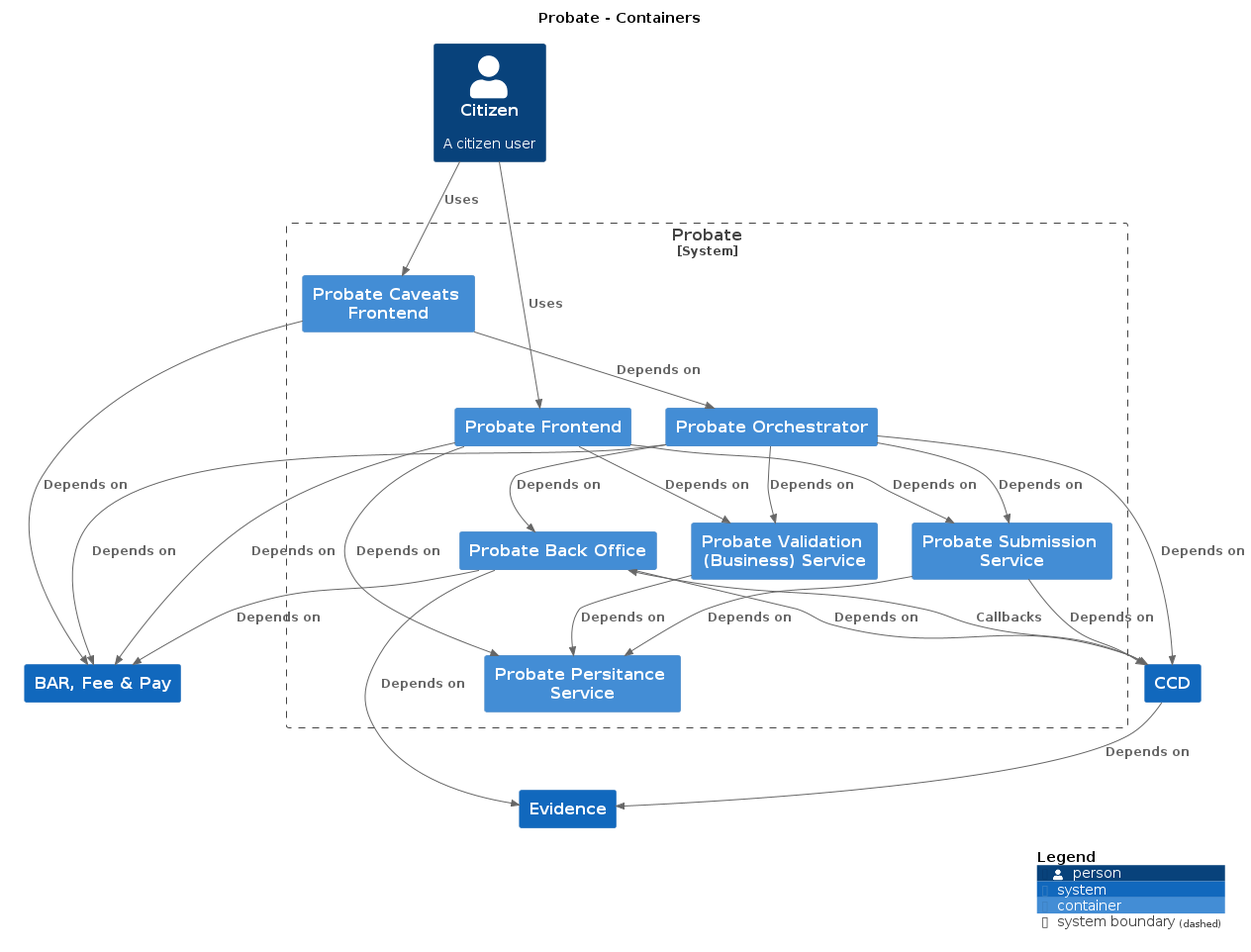
This is docs/c4/probate/images/structurizr-probate-citizen.png from hmcts/cnp-api-docs, a PlantUML export, as it was before one commit.
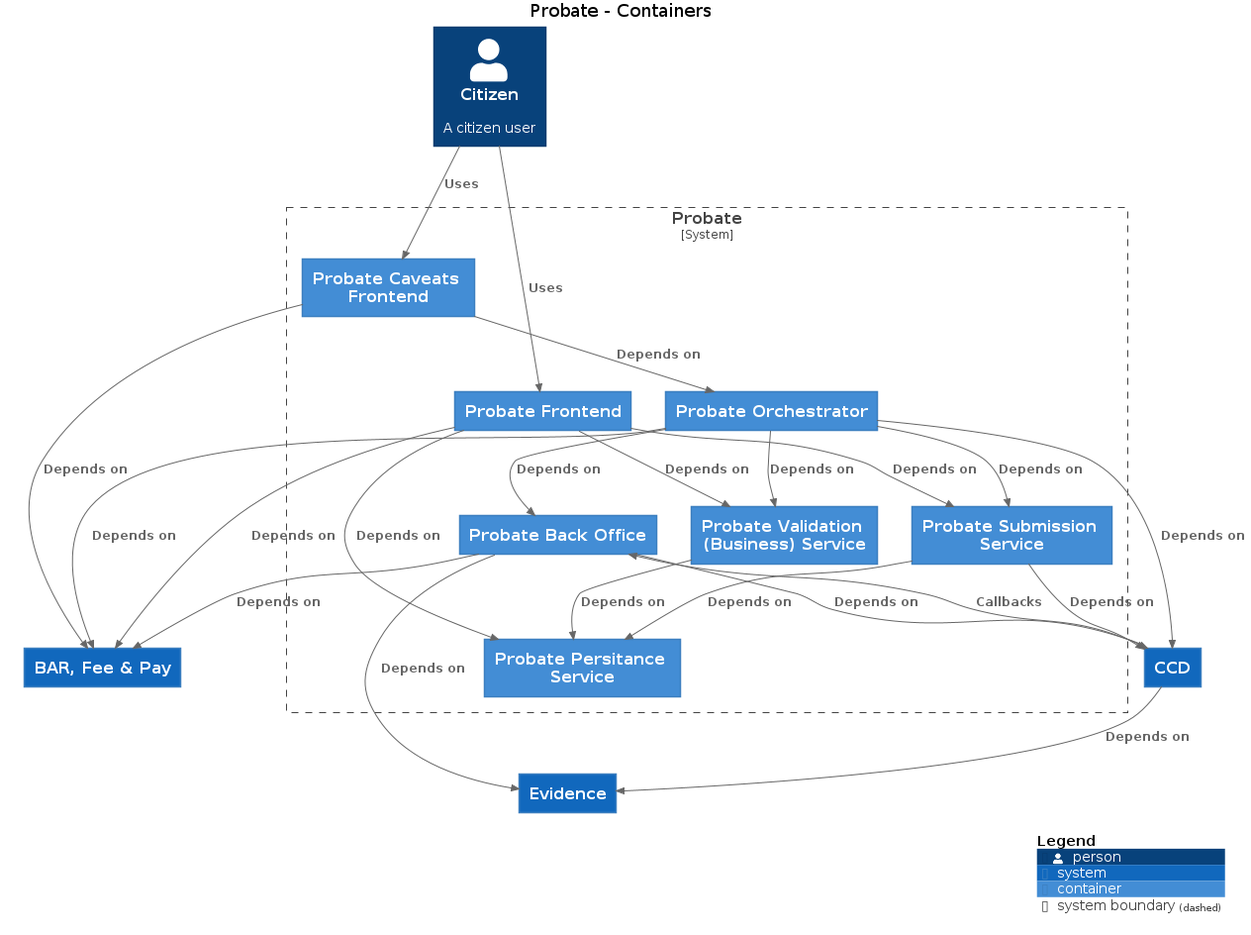
After the change.

The edit, as a diff of the source:
```diff
@@ -3,46 +3,46 @@
 
 top to bottom direction
 
-!include https://raw.githubusercontent.com/plantuml-stdlib/C4-PlantUML/master/C4.puml
-!include https://raw.githubusercontent.com/plantuml-stdlib/C4-PlantUML/master/C4_Context.puml
-!include https://raw.githubusercontent.com/plantuml-stdlib/C4-PlantUML/master/C4_Container.puml
+!includeurl https://raw.githubusercontent.com/plantuml-stdlib/C4-PlantUML/master/C4.puml
+!includeurl https://raw.githubusercontent.com/plantuml-stdlib/C4-PlantUML/master/C4_Context.puml
+!includeurl https://raw.githubusercontent.com/plantuml-stdlib/C4-PlantUML/master/C4_Container.puml
 
-Person(Citizen, "Citizen", "A citizen user", $tags="")
-System(CCD, "CCD", "", $tags="")
-System(BARFeePay, "BAR, Fee & Pay", "", $tags="")
-System(Evidence, "Evidence", "", $tags="")
+Person(Citizen, "Citizen", "A citizen user")
+System(CCD, "CCD", "")
+System(BARFeePay, "BAR, Fee & Pay", "")
+System(Evidence, "Evidence", "")
 
 System_Boundary("Probate_boundary", "Probate") {
-  Container(Probate.ProbatePersitanceService, "Probate Persitance Service", "", $tags="")
-  Container(Probate.ProbateSubmissionService, "Probate Submission Service", "", $tags="")
-  Container(Probate.ProbateFrontend, "Probate Frontend", "", $tags="")
-  Container(Probate.ProbateCaveatsFrontend, "Probate Caveats Frontend", "", $tags="")
-  Container(Probate.ProbateOrchestrator, "Probate Orchestrator", "", $tags="")
-  Container(Probate.ProbateBackOffice, "Probate Back Office", "", $tags="")
-  Container(Probate.ProbateValidationBusinessService, "Probate Validation (Business) Service", "", $tags="")
+  Container(Probate.ProbatePersitanceService, "Probate Persitance Service", "")
+  Container(Probate.ProbateSubmissionService, "Probate Submission Service", "")
+  Container(Probate.ProbateFrontend, "Probate Frontend", "")
+  Container(Probate.ProbateCaveatsFrontend, "Probate Caveats Frontend", "")
+  Container(Probate.ProbateOrchestrator, "Probate Orchestrator", "")
+  Container(Probate.ProbateBackOffice, "Probate Back Office", "")
+  Container(Probate.ProbateValidationBusinessService, "Probate Validation (Business) Service", "")
 }
 
-Rel_D(CCD, Evidence, "Depends on", $tags="")
-Rel_D(Probate.ProbateSubmissionService, CCD, "Depends on", $tags="")
-Rel_D(Probate.ProbateSubmissionService, Probate.ProbatePersitanceService, "Depends on", $tags="")
-Rel_D(Probate.ProbateFrontend, BARFeePay, "Depends on", $tags="")
-Rel_D(Probate.ProbateFrontend, Probate.ProbateValidationBusinessService, "Depends on", $tags="")
-Rel_D(Probate.ProbateFrontend, Probate.ProbatePersitanceService, "Depends on", $tags="")
-Rel_D(Probate.ProbateFrontend, Probate.ProbateSubmissionService, "Depends on", $tags="")
-Rel_D(Probate.ProbateCaveatsFrontend, BARFeePay, "Depends on", $tags="")
-Rel_D(Probate.ProbateCaveatsFrontend, Probate.ProbateOrchestrator, "Depends on", $tags="")
-Rel_D(Probate.ProbateOrchestrator, Probate.ProbateSubmissionService, "Depends on", $tags="")
-Rel_D(Probate.ProbateOrchestrator, Probate.ProbateValidationBusinessService, "Depends on", $tags="")
-Rel_D(Probate.ProbateOrchestrator, Probate.ProbateBackOffice, "Depends on", $tags="")
-Rel_D(Probate.ProbateOrchestrator, BARFeePay, "Depends on", $tags="")
-Rel_D(Probate.ProbateOrchestrator, CCD, "Depends on", $tags="")
-Rel_D(Probate.ProbateBackOffice, CCD, "Depends on", $tags="")
-Rel_D(Probate.ProbateBackOffice, BARFeePay, "Depends on", $tags="")
-Rel_D(Probate.ProbateBackOffice, Evidence, "Depends on", $tags="")
-Rel_D(Probate.ProbateValidationBusinessService, Probate.ProbatePersitanceService, "Depends on", $tags="")
-Rel_D(Citizen, Probate.ProbateFrontend, "Uses", $tags="")
-Rel_D(Citizen, Probate.ProbateCaveatsFrontend, "Uses", $tags="")
-Rel_D(CCD, Probate.ProbateBackOffice, "Callbacks", $tags="")
+Rel_D(CCD, Evidence, "Depends on")
+Rel_D(Probate.ProbateSubmissionService, CCD, "Depends on")
+Rel_D(Probate.ProbateSubmissionService, Probate.ProbatePersitanceService, "Depends on")
+Rel_D(Probate.ProbateFrontend, BARFeePay, "Depends on")
+Rel_D(Probate.ProbateFrontend, Probate.ProbateValidationBusinessService, "Depends on")
+Rel_D(Probate.ProbateFrontend, Probate.ProbatePersitanceService, "Depends on")
+Rel_D(Probate.ProbateFrontend, Probate.ProbateSubmissionService, "Depends on")
+Rel_D(Probate.ProbateCaveatsFrontend, BARFeePay, "Depends on")
+Rel_D(Probate.ProbateCaveatsFrontend, Probate.ProbateOrchestrator, "Depends on")
+Rel_D(Probate.ProbateOrchestrator, Probate.ProbateSubmissionService, "Depends on")
+Rel_D(Probate.ProbateOrchestrator, Probate.ProbateValidationBusinessService, "Depends on")
+Rel_D(Probate.ProbateOrchestrator, Probate.ProbateBackOffice, "Depends on")
+Rel_D(Probate.ProbateOrchestrator, BARFeePay, "Depends on")
+Rel_D(Probate.ProbateOrchestrator, CCD, "Depends on")
+Rel_D(Probate.ProbateBackOffice, CCD, "Depends on")
+Rel_D(Probate.ProbateBackOffice, BARFeePay, "Depends on")
+Rel_D(Probate.ProbateBackOffice, Evidence, "Depends on")
+Rel_D(Probate.ProbateValidationBusinessService, Probate.ProbatePersitanceService, "Depends on")
+Rel_D(Citizen, Probate.ProbateFrontend, "Uses")
+Rel_D(Citizen, Probate.ProbateCaveatsFrontend, "Uses")
+Rel_D(CCD, Probate.ProbateBackOffice, "Callbacks")
 
 SHOW_DYNAMIC_LEGEND()
 @enduml
```
